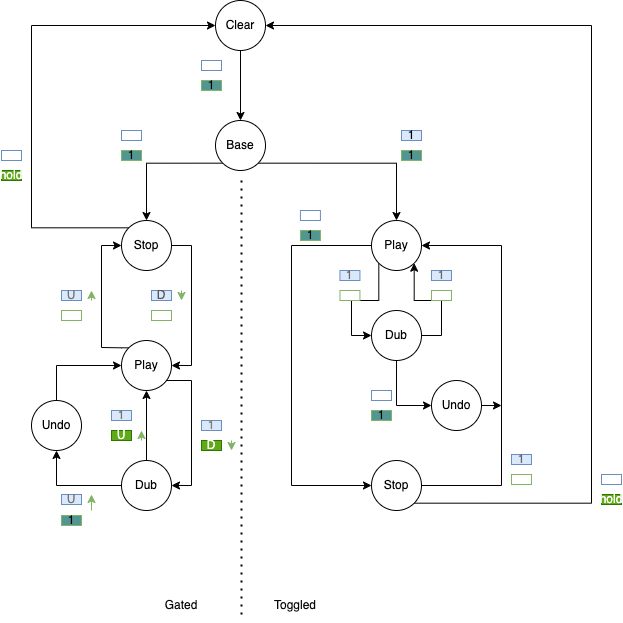
Above: minim_states.drawio.png in purewack/minim-pd (draw.io), before the change. Source tidied: cells renumbered, new cells last; positions are measured from the earlier drawing's top-left corner, leaving out a move shared by most shapes.
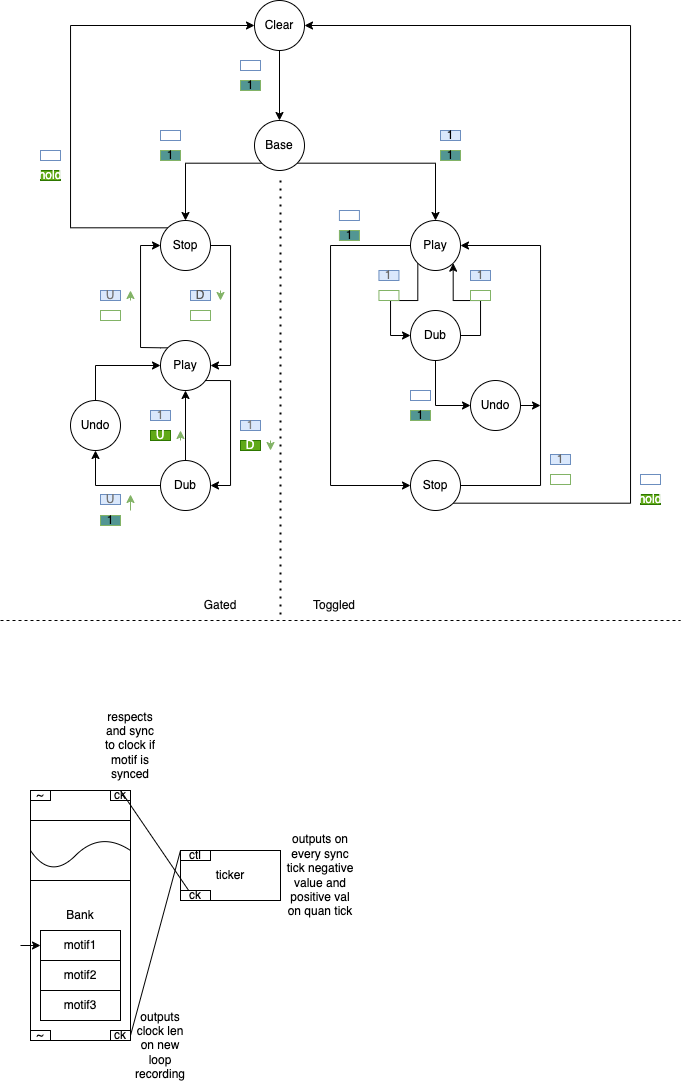
The same diagram one commit later.

What changed in the source:
```diff
@@ -265,5 +265,75 @@
     <mxCell id="66" value="1" style="rounded=0;whiteSpace=wrap;html=1;fillColor=#529693;strokeColor=#82b366;" parent="1" vertex="1">
       <mxGeometry x="60" y="515" width="20" height="10" as="geometry" />
     </mxCell>
+    <mxCell id="67" style="endArrow=none;dashed=1;html=1;" parent="1" edge="1">
+      <mxGeometry relative="1" as="geometry">
+        <mxPoint x="-40" y="620" as="sourcePoint" />
+        <mxPoint x="640" y="620" as="targetPoint" />
+      </mxGeometry>
+    </mxCell>
+    <mxCell id="68" value="Bank" style="rounded=0;whiteSpace=wrap;html=1;" parent="1" vertex="1">
+      <mxGeometry x="-10" y="790" width="100" height="250" as="geometry" />
+    </mxCell>
+    <mxCell id="69" value="motif1" style="rounded=0;whiteSpace=wrap;html=1;" parent="1" vertex="1">
+      <mxGeometry y="930" width="80" height="30" as="geometry" />
+    </mxCell>
+    <mxCell id="70" value="motif2" style="rounded=0;whiteSpace=wrap;html=1;" parent="1" vertex="1">
+      <mxGeometry y="960" width="80" height="30" as="geometry" />
+    </mxCell>
+    <mxCell id="71" value="motif3" style="rounded=0;whiteSpace=wrap;html=1;" parent="1" vertex="1">
+      <mxGeometry y="990" width="80" height="30" as="geometry" />
+    </mxCell>
+    <mxCell id="72" style="endArrow=classic;html=1;entryX=0;entryY=0.5;entryDx=0;entryDy=0;" parent="1" edge="1" target="69">
+      <mxGeometry relative="1" as="geometry">
+        <mxPoint x="-20" y="945" as="sourcePoint" />
+      </mxGeometry>
+    </mxCell>
+    <mxCell id="73" style="rounded=0;whiteSpace=wrap;html=1;" parent="1" vertex="1">
+      <mxGeometry x="-10" y="820" width="100" height="60" as="geometry" />
+    </mxCell>
+    <mxCell id="74" style="curved=1;endArrow=none;html=1;exitX=0;exitY=0.5;exitDx=0;exitDy=0;entryX=1;entryY=0.5;entryDx=0;entryDy=0;endFill=0;" parent="1" edge="1" source="73" target="73">
+      <mxGeometry relative="1" as="geometry">
+        <Array as="points">
+          <mxPoint x="10" y="880" />
+          <mxPoint x="60" y="830" />
+        </Array>
+      </mxGeometry>
+    </mxCell>
+    <mxCell id="75" value="~" style="rounded=0;whiteSpace=wrap;html=1;" parent="1" vertex="1">
+      <mxGeometry x="-10" y="790" width="20" height="10" as="geometry" />
+    </mxCell>
+    <mxCell id="76" value="~" style="rounded=0;whiteSpace=wrap;html=1;" parent="1" vertex="1">
+      <mxGeometry x="-10" y="1030" width="20" height="10" as="geometry" />
+    </mxCell>
+    <mxCell id="77" value="ck" style="rounded=0;whiteSpace=wrap;html=1;" parent="1" vertex="1">
+      <mxGeometry x="70" y="790" width="20" height="10" as="geometry" />
+    </mxCell>
+    <mxCell id="78" style="edgeStyle=none;html=1;exitX=1;exitY=0.5;exitDx=0;exitDy=0;entryX=0;entryY=0;entryDx=0;entryDy=0;endArrow=none;endFill=0;" parent="1" edge="1" source="79" target="82">
+      <mxGeometry relative="1" as="geometry" />
+    </mxCell>
+    <mxCell id="79" value="ck" style="rounded=0;whiteSpace=wrap;html=1;" parent="1" vertex="1">
+      <mxGeometry x="70" y="1030" width="20" height="10" as="geometry" />
+    </mxCell>
+    <mxCell id="80" value="ticker" style="rounded=0;whiteSpace=wrap;html=1;" parent="1" vertex="1">
+      <mxGeometry x="140" y="850" width="100" height="50" as="geometry" />
+    </mxCell>
+    <mxCell id="81" value="outputs on every sync tick&amp;nbsp;negative value and positive val on quan tick" style="text;html=1;strokeColor=none;fillColor=none;align=center;verticalAlign=middle;whiteSpace=wrap;rounded=0;" parent="1" vertex="1">
+      <mxGeometry x="250" y="860" width="60" height="30" as="geometry" />
+    </mxCell>
+    <mxCell id="82" value="ctl" style="rounded=0;whiteSpace=wrap;html=1;" parent="1" vertex="1">
+      <mxGeometry x="140" y="850" width="30" height="10" as="geometry" />
+    </mxCell>
+    <mxCell id="83" style="edgeStyle=none;html=1;exitX=0.5;exitY=1;exitDx=0;exitDy=0;entryX=0.5;entryY=0;entryDx=0;entryDy=0;endArrow=none;endFill=0;" parent="1" edge="1" source="84" target="77">
+      <mxGeometry relative="1" as="geometry" />
+    </mxCell>
+    <mxCell id="84" value="ck" style="rounded=0;whiteSpace=wrap;html=1;" parent="1" vertex="1">
+      <mxGeometry x="140" y="890" width="30" height="10" as="geometry" />
+    </mxCell>
+    <mxCell id="85" value="respects and sync to clock if motif is synced" style="text;html=1;strokeColor=none;fillColor=none;align=center;verticalAlign=middle;whiteSpace=wrap;rounded=0;" parent="1" vertex="1">
+      <mxGeometry x="60" y="730" width="60" height="30" as="geometry" />
+    </mxCell>
+    <mxCell id="86" value="outputs clock len on new loop recording" style="text;html=1;strokeColor=none;fillColor=none;align=center;verticalAlign=middle;whiteSpace=wrap;rounded=0;" parent="1" vertex="1">
+      <mxGeometry x="90" y="1030" width="60" height="30" as="geometry" />
+    </mxCell>
   </root>
 </mxGraphModel>
```
